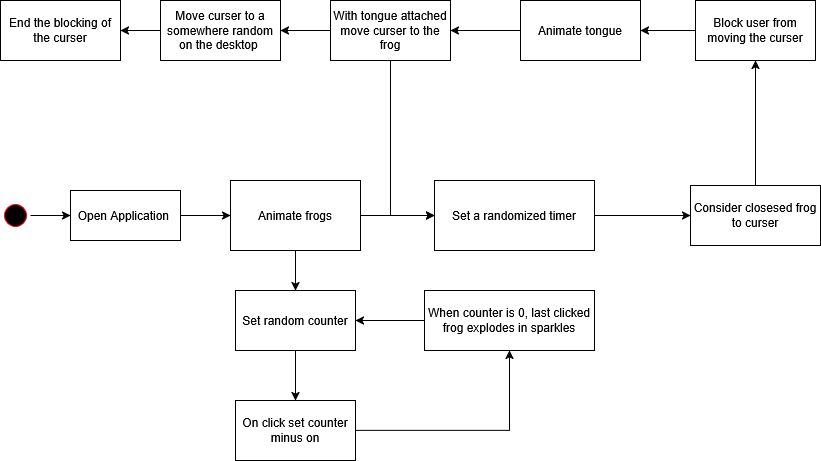
RyhoBtw/FrogIT keeps this draw.io diagram as docs/Behavior_FrogTrolling.png. Above is the earlier version. Source tidied: cells renumbered, new cells last; positions are measured from the earlier drawing's top-left corner, leaving out a move shared by most shapes. Source of this version:
```xml
<mxGraphModel>
  <root>
    <mxCell id="0" />
    <mxCell id="1" parent="0" />
    <mxCell id="2" style="edgeStyle=orthogonalEdgeStyle;rounded=0;jettySize=auto;html=1;entryX=0;entryY=0.5;entryDx=0;entryDy=0;" parent="1" edge="1" source="3" target="8">
      <mxGeometry relative="1" as="geometry" />
    </mxCell>
    <mxCell id="3" value="Open Application&amp;nbsp;" style="html=1;whiteSpace=wrap;" parent="1" vertex="1">
      <mxGeometry x="70" y="190" width="110" height="50" as="geometry" />
    </mxCell>
    <mxCell id="4" style="edgeStyle=orthogonalEdgeStyle;rounded=0;jettySize=auto;html=1;entryX=0;entryY=0.5;entryDx=0;entryDy=0;" parent="1" edge="1" source="5" target="3">
      <mxGeometry relative="1" as="geometry" />
    </mxCell>
    <mxCell id="5" style="ellipse;html=1;shape=startState;fillColor=#000000;strokeColor=#ff0000;" parent="1" vertex="1">
      <mxGeometry y="200" width="30" height="30" as="geometry" />
    </mxCell>
    <mxCell id="6" style="edgeStyle=orthogonalEdgeStyle;rounded=0;jettySize=auto;html=1;entryX=0;entryY=0.5;entryDx=0;entryDy=0;" parent="1" edge="1" source="8" target="10">
      <mxGeometry relative="1" as="geometry" />
    </mxCell>
    <mxCell id="7" style="edgeStyle=orthogonalEdgeStyle;rounded=0;jettySize=auto;html=1;" parent="1" edge="1" source="8">
      <mxGeometry relative="1" as="geometry">
        <mxPoint x="295" y="290" as="targetPoint" />
      </mxGeometry>
    </mxCell>
    <mxCell id="8" value="Animate frogs" style="html=1;whiteSpace=wrap;" parent="1" vertex="1">
      <mxGeometry x="230" y="180" width="130" height="70" as="geometry" />
    </mxCell>
    <mxCell id="9" style="edgeStyle=orthogonalEdgeStyle;rounded=0;jettySize=auto;html=1;" parent="1" edge="1" source="10" target="12">
      <mxGeometry relative="1" as="geometry" />
    </mxCell>
    <mxCell id="10" value="Set a randomized timer" style="html=1;whiteSpace=wrap;" parent="1" vertex="1">
      <mxGeometry x="434" y="180" width="160" height="70" as="geometry" />
    </mxCell>
    <mxCell id="11" style="edgeStyle=orthogonalEdgeStyle;rounded=0;jettySize=auto;html=1;entryX=0.5;entryY=1;entryDx=0;entryDy=0;" parent="1" edge="1" source="12" target="19">
      <mxGeometry relative="1" as="geometry" />
    </mxCell>
    <mxCell id="12" value="Consider closesed frog to curser" style="html=1;whiteSpace=wrap;" parent="1" vertex="1">
      <mxGeometry x="690" y="185" width="130" height="60" as="geometry" />
    </mxCell>
    <mxCell id="13" style="edgeStyle=orthogonalEdgeStyle;rounded=0;jettySize=auto;html=1;" parent="1" edge="1" source="14" target="17">
      <mxGeometry relative="1" as="geometry" />
    </mxCell>
    <mxCell id="14" value="Animate tongue" style="rounded=0;whiteSpace=wrap;html=1;" parent="1" vertex="1">
      <mxGeometry x="520" width="120" height="60" as="geometry" />
    </mxCell>
    <mxCell id="15" style="edgeStyle=orthogonalEdgeStyle;rounded=0;jettySize=auto;html=1;entryX=0;entryY=0.5;entryDx=0;entryDy=0;" parent="1" edge="1" source="17" target="10">
      <mxGeometry relative="1" as="geometry" />
    </mxCell>
    <mxCell id="16" style="edgeStyle=orthogonalEdgeStyle;rounded=0;jettySize=auto;html=1;entryX=1;entryY=0.5;entryDx=0;entryDy=0;" parent="1" edge="1" source="17" target="21">
      <mxGeometry relative="1" as="geometry" />
    </mxCell>
    <mxCell id="17" value="With tongue attached move curser to the frog" style="rounded=0;whiteSpace=wrap;html=1;" parent="1" vertex="1">
      <mxGeometry x="330" width="120" height="60" as="geometry" />
    </mxCell>
    <mxCell id="18" style="edgeStyle=orthogonalEdgeStyle;rounded=0;jettySize=auto;html=1;entryX=1;entryY=0.5;entryDx=0;entryDy=0;" parent="1" edge="1" source="19" target="14">
      <mxGeometry relative="1" as="geometry" />
    </mxCell>
    <mxCell id="19" value="Block user from moving the curser" style="rounded=0;whiteSpace=wrap;html=1;" parent="1" vertex="1">
      <mxGeometry x="695" width="120" height="60" as="geometry" />
    </mxCell>
    <mxCell id="20" style="edgeStyle=orthogonalEdgeStyle;rounded=0;jettySize=auto;html=1;entryX=1;entryY=0.5;entryDx=0;entryDy=0;" parent="1" edge="1" source="21" target="22">
      <mxGeometry relative="1" as="geometry" />
    </mxCell>
    <mxCell id="21" value="Move curser to a somewhere random on the desktop&amp;nbsp;" style="rounded=0;whiteSpace=wrap;html=1;" parent="1" vertex="1">
      <mxGeometry x="160" width="120" height="60" as="geometry" />
    </mxCell>
    <mxCell id="22" value="End the blocking of the curser" style="rounded=0;whiteSpace=wrap;html=1;" parent="1" vertex="1">
      <mxGeometry width="120" height="60" as="geometry" />
    </mxCell>
    <mxCell id="23" style="edgeStyle=orthogonalEdgeStyle;rounded=0;jettySize=auto;html=1;" parent="1" edge="1" source="24" target="28">
      <mxGeometry relative="1" as="geometry" />
    </mxCell>
    <mxCell id="24" value="On click set counter minus on" style="rounded=0;whiteSpace=wrap;html=1;" parent="1" vertex="1">
      <mxGeometry x="235" y="400" width="120" height="60" as="geometry" />
    </mxCell>
    <mxCell id="25" style="edgeStyle=orthogonalEdgeStyle;rounded=0;jettySize=auto;html=1;entryX=0.5;entryY=0;entryDx=0;entryDy=0;" parent="1" edge="1" source="26" target="24">
      <mxGeometry relative="1" as="geometry" />
    </mxCell>
    <mxCell id="26" value="Set random counter" style="rounded=0;whiteSpace=wrap;html=1;" parent="1" vertex="1">
      <mxGeometry x="235" y="290" width="120" height="60" as="geometry" />
    </mxCell>
    <mxCell id="27" style="edgeStyle=orthogonalEdgeStyle;rounded=0;jettySize=auto;html=1;entryX=1;entryY=0.5;entryDx=0;entryDy=0;" parent="1" edge="1" source="28" target="26">
      <mxGeometry relative="1" as="geometry" />
    </mxCell>
    <mxCell id="28" value="When counter is 0, last clicked frog explodes in sparkles" style="rounded=0;whiteSpace=wrap;html=1;" parent="1" vertex="1">
      <mxGeometry x="424" y="290" width="170" height="60" as="geometry" />
    </mxCell>
  </root>
</mxGraphModel>
```
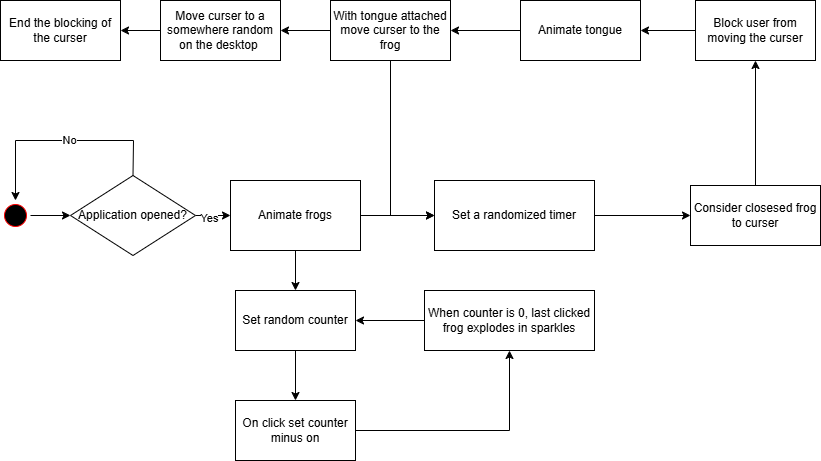
Above is the later version.

What changed in the source:
```diff
@@ -2,26 +2,26 @@
   <root>
     <mxCell id="0" />
     <mxCell id="1" parent="0" />
-    <mxCell id="2" style="edgeStyle=orthogonalEdgeStyle;rounded=0;jettySize=auto;html=1;entryX=0;entryY=0.5;entryDx=0;entryDy=0;" parent="1" edge="1" source="3" target="8">
-      <mxGeometry relative="1" as="geometry" />
-    </mxCell>
-    <mxCell id="3" value="Open Application&amp;nbsp;" style="html=1;whiteSpace=wrap;" parent="1" vertex="1">
-      <mxGeometry x="70" y="190" width="110" height="50" as="geometry" />
-    </mxCell>
-    <mxCell id="4" style="edgeStyle=orthogonalEdgeStyle;rounded=0;jettySize=auto;html=1;entryX=0;entryY=0.5;entryDx=0;entryDy=0;" parent="1" edge="1" source="5" target="3">
-      <mxGeometry relative="1" as="geometry" />
-    </mxCell>
-    <mxCell id="5" style="ellipse;html=1;shape=startState;fillColor=#000000;strokeColor=#ff0000;" parent="1" vertex="1">
-      <mxGeometry y="200" width="30" height="30" as="geometry" />
-    </mxCell>
+    <mxCell id="29" style="edgeStyle=orthogonalEdgeStyle;rounded=0;jettySize=auto;html=1;entryX=0;entryY=0.5;entryDx=0;entryDy=0;exitX=1;exitY=0.5;exitDx=0;exitDy=0;" parent="1" edge="1" source="34" target="8">
+      <mxGeometry relative="1" as="geometry" />
+    </mxCell>
+    <mxCell id="30" value="Yes" style="edgeLabel;html=1;align=center;verticalAlign=middle;" parent="29" vertex="1">
+      <mxGeometry x="-0.26" y="-2" relative="1" as="geometry" />
+    </mxCell>
+    <mxCell id="31" style="edgeStyle=orthogonalEdgeStyle;rounded=0;jettySize=auto;html=1;entryX=0;entryY=0.5;entryDx=0;entryDy=0;" parent="1" edge="1" source="32" target="34">
+      <mxGeometry relative="1" as="geometry" />
+    </mxCell>
+    <mxCell id="32" style="ellipse;html=1;shape=startState;fillColor=#000000;strokeColor=#ff0000;" parent="1" vertex="1">
+      <mxGeometry y="200" width="30" height="30" as="geometry" />
+    </mxCell>
     <mxCell id="6" style="edgeStyle=orthogonalEdgeStyle;rounded=0;jettySize=auto;html=1;entryX=0;entryY=0.5;entryDx=0;entryDy=0;" parent="1" edge="1" source="8" target="10">
       <mxGeometry relative="1" as="geometry" />
     </mxCell>
-    <mxCell id="7" style="edgeStyle=orthogonalEdgeStyle;rounded=0;jettySize=auto;html=1;" parent="1" edge="1" source="8">
-      <mxGeometry relative="1" as="geometry">
-        <mxPoint x="295" y="290" as="targetPoint" />
-      </mxGeometry>
-    </mxCell>
+    <mxCell id="33" style="edgeStyle=orthogonalEdgeStyle;rounded=0;jettySize=auto;html=1;" parent="1" edge="1" source="8">
+      <mxGeometry relative="1" as="geometry">
+        <mxPoint x="295" y="290" as="targetPoint" />
+      </mxGeometry>
+    </mxCell>
     <mxCell id="8" value="Animate frogs" style="html=1;whiteSpace=wrap;" parent="1" vertex="1">
       <mxGeometry x="230" y="180" width="130" height="70" as="geometry" />
     </mxCell>
@@ -85,5 +85,19 @@
     <mxCell id="28" value="When counter is 0, last clicked frog explodes in sparkles" style="rounded=0;whiteSpace=wrap;html=1;" parent="1" vertex="1">
       <mxGeometry x="424" y="290" width="170" height="60" as="geometry" />
     </mxCell>
+    <mxCell id="34" value="Application opened?" style="rhombus;whiteSpace=wrap;html=1;" parent="1" vertex="1">
+      <mxGeometry x="70" y="175" width="125" height="80" as="geometry" />
+    </mxCell>
+    <mxCell id="35" style="endArrow=classic;html=1;rounded=0;exitX=0.5;exitY=0;exitDx=0;exitDy=0;entryX=0.5;entryY=0;entryDx=0;entryDy=0;" parent="1" edge="1" source="34" target="32">
+      <mxGeometry relative="1" as="geometry">
+        <Array as="points">
+          <mxPoint x="133" y="140" />
+          <mxPoint x="15" y="140" />
+        </Array>
+      </mxGeometry>
+    </mxCell>
+    <mxCell id="36" value="No" style="edgeLabel;html=1;align=center;verticalAlign=middle;" parent="35" vertex="1">
+      <mxGeometry x="-0.06" y="-1" relative="1" as="geometry" />
+    </mxCell>
   </root>
 </mxGraphModel>
```
